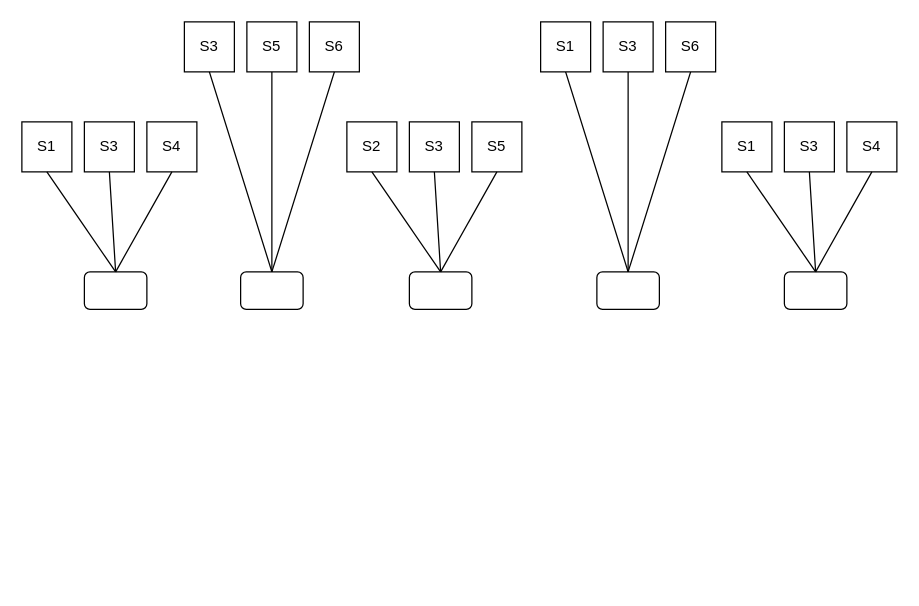
sugchand/drawio keeps this draw.io diagram as p2p-throttling-example.drawio. Above is the earlier version. Source tidied: cells renumbered, new cells numbered last; positions are measured from the earlier drawing's top-left corner, leaving out a move shared by most shapes. Both pictures are drawn from the tidied source at 125%, with x=0, y=0 at pixel (21, 21).
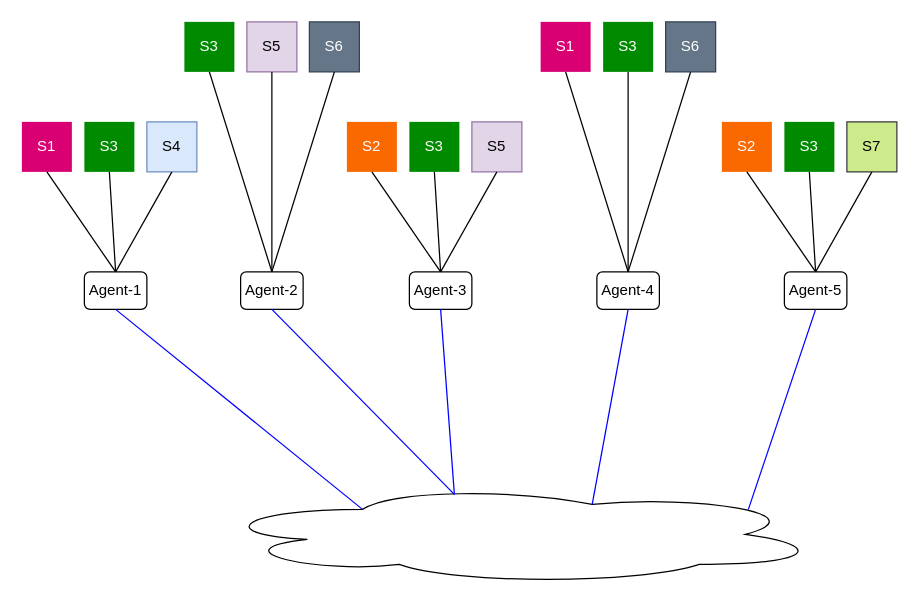
The same diagram, later.

The edit, as a diff of the source:
```diff
@@
-    <mxCell id="2" value="S1" style="rounded=0;whiteSpace=wrap;html=1;" parent="1" vertex="1">
+    <mxCell id="2" value="S1" style="rounded=0;whiteSpace=wrap;html=1;fillColor=#d80073;fontColor=#ffffff;strokeColor=none;" parent="1" vertex="1">
       <mxGeometry y="80" width="40" height="40" as="geometry" />
     </mxCell>
-    <mxCell id="3" value="S3" style="rounded=0;whiteSpace=wrap;html=1;" parent="1" vertex="1">
+    <mxCell id="3" value="S3" style="rounded=0;whiteSpace=wrap;html=1;fillColor=#008a00;fontColor=#ffffff;strokeColor=none;" parent="1" vertex="1">
       <mxGeometry x="50" y="80" width="40" height="40" as="geometry" />
     </mxCell>
-    <mxCell id="4" value="S4" style="rounded=0;whiteSpace=wrap;html=1;" parent="1" vertex="1">
+    <mxCell id="4" value="S4" style="rounded=0;whiteSpace=wrap;html=1;fillColor=#dae8fc;strokeColor=#6c8ebf;" parent="1" vertex="1">
       <mxGeometry x="100" y="80" width="40" height="40" as="geometry" />
     </mxCell>
-    <mxCell id="5" value="S3" style="rounded=0;whiteSpace=wrap;html=1;" parent="1" vertex="1">
+    <mxCell id="5" value="S3" style="rounded=0;whiteSpace=wrap;html=1;fillColor=#008a00;fontColor=#ffffff;strokeColor=none;" parent="1" vertex="1">
       <mxGeometry x="130" width="40" height="40" as="geometry" />
     </mxCell>
-    <mxCell id="6" value="S5" style="rounded=0;whiteSpace=wrap;html=1;" parent="1" vertex="1">
+    <mxCell id="6" value="S5" style="rounded=0;whiteSpace=wrap;html=1;fillColor=#e1d5e7;strokeColor=#9673a6;" parent="1" vertex="1">
       <mxGeometry x="180" width="40" height="40" as="geometry" />
     </mxCell>
-    <mxCell id="7" value="S6" style="rounded=0;whiteSpace=wrap;html=1;" parent="1" vertex="1">
+    <mxCell id="7" value="S6" style="rounded=0;whiteSpace=wrap;html=1;fillColor=#647687;strokeColor=#314354;fontColor=#ffffff;" parent="1" vertex="1">
       <mxGeometry x="230" width="40" height="40" as="geometry" />
     </mxCell>
-    <mxCell id="8" style="rounded=1;whiteSpace=wrap;html=1;" parent="1" vertex="1">
+    <mxCell id="8" value="Agent-1" style="rounded=1;whiteSpace=wrap;html=1;" parent="1" vertex="1">
       <mxGeometry x="50" y="200" width="50" height="30" as="geometry" />
     </mxCell>
-    <mxCell id="9" style="rounded=1;whiteSpace=wrap;html=1;" parent="1" vertex="1">
+    <mxCell id="9" value="Agent-2" style="rounded=1;whiteSpace=wrap;html=1;" parent="1" vertex="1">
       <mxGeometry x="175" y="200" width="50" height="30" as="geometry" />
     </mxCell>
@@
-    <mxCell id="16" value="S2" style="rounded=0;whiteSpace=wrap;html=1;" parent="1" vertex="1">
+    <mxCell id="16" value="S2" style="rounded=0;whiteSpace=wrap;html=1;fillColor=#fa6800;fontColor=#ffffff;strokeColor=none;" parent="1" vertex="1">
       <mxGeometry x="260" y="80" width="40" height="40" as="geometry" />
     </mxCell>
-    <mxCell id="17" value="S3" style="rounded=0;whiteSpace=wrap;html=1;" parent="1" vertex="1">
+    <mxCell id="17" value="S3" style="rounded=0;whiteSpace=wrap;html=1;fillColor=#008a00;fontColor=#ffffff;strokeColor=none;" parent="1" vertex="1">
       <mxGeometry x="310" y="80" width="40" height="40" as="geometry" />
     </mxCell>
-    <mxCell id="18" value="S5" style="rounded=0;whiteSpace=wrap;html=1;" parent="1" vertex="1">
+    <mxCell id="18" value="S5" style="rounded=0;whiteSpace=wrap;html=1;fillColor=#e1d5e7;strokeColor=#9673a6;" parent="1" vertex="1">
       <mxGeometry x="360" y="80" width="40" height="40" as="geometry" />
     </mxCell>
-    <mxCell id="19" style="rounded=1;whiteSpace=wrap;html=1;" parent="1" vertex="1">
+    <mxCell id="19" value="Agent-3" style="rounded=1;whiteSpace=wrap;html=1;" parent="1" vertex="1">
       <mxGeometry x="310" y="200" width="50" height="30" as="geometry" />
     </mxCell>
@@
-    <mxCell id="23" value="S3" style="rounded=0;whiteSpace=wrap;html=1;" parent="1" vertex="1">
+    <mxCell id="23" value="S3" style="rounded=0;whiteSpace=wrap;html=1;fillColor=#008a00;fontColor=#ffffff;strokeColor=none;" parent="1" vertex="1">
       <mxGeometry x="465" width="40" height="40" as="geometry" />
     </mxCell>
-    <mxCell id="24" style="rounded=1;whiteSpace=wrap;html=1;" parent="1" vertex="1">
+    <mxCell id="24" value="Agent-4" style="rounded=1;whiteSpace=wrap;html=1;" parent="1" vertex="1">
       <mxGeometry x="460" y="200" width="50" height="30" as="geometry" />
     </mxCell>
@@
-    <mxCell id="28" value="S1" style="rounded=0;whiteSpace=wrap;html=1;" parent="1" vertex="1">
+    <mxCell id="28" value="S1" style="rounded=0;whiteSpace=wrap;html=1;fillColor=#d80073;fontColor=#ffffff;strokeColor=none;" parent="1" vertex="1">
       <mxGeometry x="415" width="40" height="40" as="geometry" />
     </mxCell>
-    <mxCell id="29" value="S6" style="rounded=0;whiteSpace=wrap;html=1;" parent="1" vertex="1">
+    <mxCell id="29" value="S6" style="rounded=0;whiteSpace=wrap;html=1;fillColor=#647687;strokeColor=#314354;fontColor=#ffffff;" parent="1" vertex="1">
       <mxGeometry x="515" width="40" height="40" as="geometry" />
     </mxCell>
-    <mxCell id="30" value="S1" style="rounded=0;whiteSpace=wrap;html=1;" parent="1" vertex="1">
+    <mxCell id="30" value="S2" style="rounded=0;whiteSpace=wrap;html=1;fillColor=#fa6800;fontColor=#ffffff;strokeColor=none;" parent="1" vertex="1">
       <mxGeometry x="560" y="80" width="40" height="40" as="geometry" />
     </mxCell>
-    <mxCell id="31" value="S3" style="rounded=0;whiteSpace=wrap;html=1;" parent="1" vertex="1">
+    <mxCell id="31" value="S3" style="rounded=0;whiteSpace=wrap;html=1;fillColor=#008a00;fontColor=#ffffff;strokeColor=none;" parent="1" vertex="1">
       <mxGeometry x="610" y="80" width="40" height="40" as="geometry" />
     </mxCell>
-    <mxCell id="32" value="S4" style="rounded=0;whiteSpace=wrap;html=1;" parent="1" vertex="1">
+    <mxCell id="32" value="S7" style="rounded=0;whiteSpace=wrap;html=1;fillColor=#cdeb8b;strokeColor=#36393d;" parent="1" vertex="1">
       <mxGeometry x="660" y="80" width="40" height="40" as="geometry" />
     </mxCell>
-    <mxCell id="33" style="rounded=1;whiteSpace=wrap;html=1;" parent="1" vertex="1">
+    <mxCell id="33" value="Agent-5" style="rounded=1;whiteSpace=wrap;html=1;" parent="1" vertex="1">
       <mxGeometry x="610" y="200" width="50" height="30" as="geometry" />
     </mxCell>
@@
+    <mxCell id="37" style="ellipse;shape=cloud;whiteSpace=wrap;html=1;" parent="1" vertex="1">
+      <mxGeometry x="150" y="370" width="490" height="80" as="geometry" />
+    </mxCell>
+    <mxCell id="38" style="endArrow=none;html=1;entryX=0.5;entryY=1;entryDx=0;entryDy=0;exitX=0.25;exitY=0.25;exitDx=0;exitDy=0;exitPerimeter=0;strokeColor=#0000FF;" parent="1" edge="1" source="37" target="8">
+      <mxGeometry relative="1" as="geometry" />
+    </mxCell>
+    <mxCell id="39" style="endArrow=none;html=1;strokeColor=#0000FF;entryX=0.5;entryY=1;entryDx=0;entryDy=0;exitX=0.4;exitY=0.1;exitDx=0;exitDy=0;exitPerimeter=0;" parent="1" edge="1" source="37" target="9">
+      <mxGeometry relative="1" as="geometry" />
+    </mxCell>
+    <mxCell id="40" style="endArrow=none;html=1;strokeColor=#0000FF;entryX=0.5;entryY=1;entryDx=0;entryDy=0;exitX=0.4;exitY=0.1;exitDx=0;exitDy=0;exitPerimeter=0;" parent="1" edge="1" source="37" target="19">
+      <mxGeometry relative="1" as="geometry" />
+    </mxCell>
+    <mxCell id="41" style="endArrow=none;html=1;strokeColor=#0000FF;entryX=0.5;entryY=1;entryDx=0;entryDy=0;exitX=0.625;exitY=0.2;exitDx=0;exitDy=0;exitPerimeter=0;" parent="1" edge="1" source="37" target="24">
+      <mxGeometry relative="1" as="geometry" />
+    </mxCell>
+    <mxCell id="42" style="endArrow=none;html=1;strokeColor=#0000FF;entryX=0.5;entryY=1;entryDx=0;entryDy=0;exitX=0.88;exitY=0.25;exitDx=0;exitDy=0;exitPerimeter=0;" parent="1" edge="1" source="37" target="33">
+      <mxGeometry relative="1" as="geometry" />
+    </mxCell>
```
